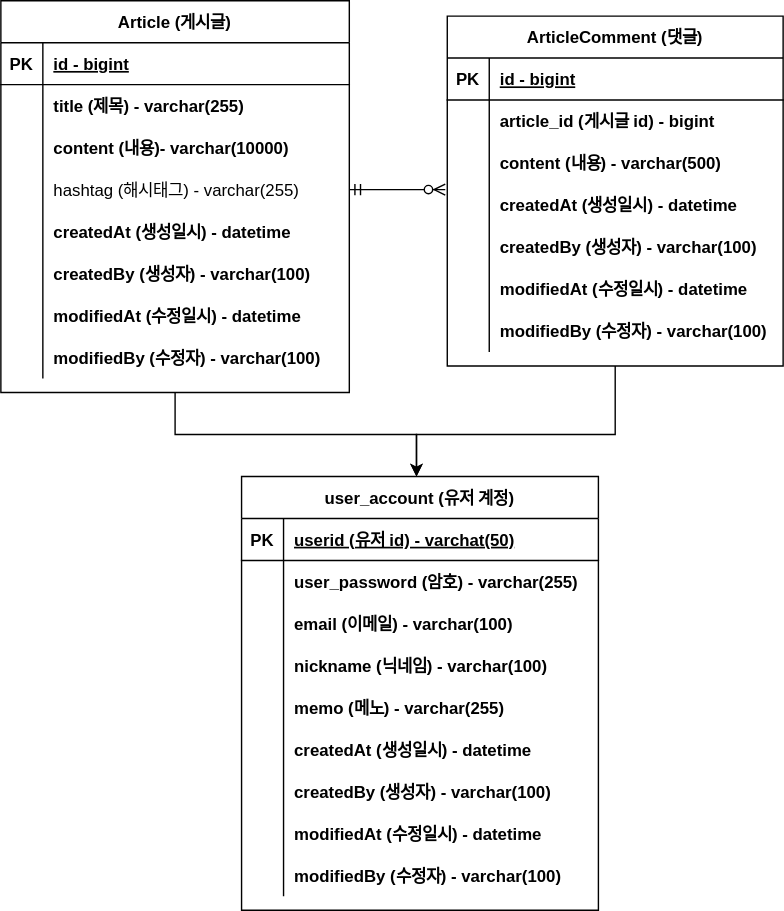
Before: document/project-board-erd.svg, a diagram exported from draw.io (nayoung240/proj-board). Source tidied: cells renumbered, new cells last; positions are measured from the earlier drawing's top-left corner, leaving out a move shared by most shapes.
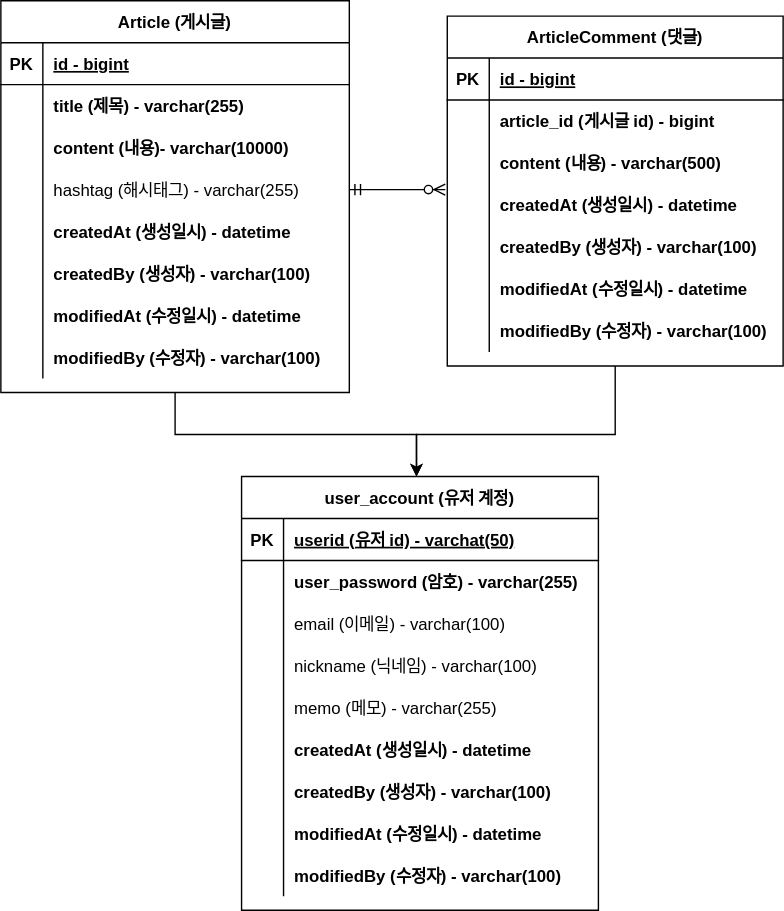
The same file after the commit.

Change to the diagram source:
```diff
@@ -187,7 +187,7 @@
     <mxCell id="60" style="shape=partialRectangle;overflow=hidden;fillColor=none;top=0;left=0;bottom=0;right=0;" parent="59" vertex="1">
       <mxGeometry width="30" height="30" as="geometry" />
     </mxCell>
-    <mxCell id="61" value="email (이메일) - varchar(100)" style="shape=partialRectangle;overflow=hidden;fillColor=none;top=0;left=0;bottom=0;right=0;align=left;spacingLeft=6;fontStyle=1;" parent="59" vertex="1">
+    <mxCell id="61" value="email (이메일) - varchar(100)" style="shape=partialRectangle;overflow=hidden;fillColor=none;top=0;left=0;bottom=0;right=0;align=left;spacingLeft=6;fontStyle=0;" parent="59" vertex="1">
       <mxGeometry x="30" width="225" height="30" as="geometry" />
     </mxCell>
     <mxCell id="62" style="shape=partialRectangle;fillColor=none;top=0;left=0;right=0;bottom=0;" parent="52" vertex="1">
@@ -196,7 +196,7 @@
     <mxCell id="63" style="shape=partialRectangle;overflow=hidden;fillColor=none;top=0;left=0;bottom=0;right=0;" parent="62" vertex="1">
       <mxGeometry width="30" height="30" as="geometry" />
     </mxCell>
-    <mxCell id="64" value="nickname (닉네임) - varchar(100)" style="shape=partialRectangle;overflow=hidden;fillColor=none;top=0;left=0;bottom=0;right=0;align=left;spacingLeft=6;fontStyle=1;" parent="62" vertex="1">
+    <mxCell id="64" value="nickname (닉네임) - varchar(100)" style="shape=partialRectangle;overflow=hidden;fillColor=none;top=0;left=0;bottom=0;right=0;align=left;spacingLeft=6;fontStyle=0;" parent="62" vertex="1">
       <mxGeometry x="30" width="225" height="30" as="geometry" />
     </mxCell>
     <mxCell id="65" style="shape=partialRectangle;fillColor=none;top=0;left=0;right=0;bottom=0;" parent="52" vertex="1">
@@ -205,7 +205,7 @@
     <mxCell id="66" style="shape=partialRectangle;overflow=hidden;fillColor=none;top=0;left=0;bottom=0;right=0;" parent="65" vertex="1">
       <mxGeometry width="30" height="30" as="geometry" />
     </mxCell>
-    <mxCell id="67" value="memo (메노) - varchar(255)" style="shape=partialRectangle;overflow=hidden;fillColor=none;top=0;left=0;bottom=0;right=0;align=left;spacingLeft=6;fontStyle=1;" parent="65" vertex="1">
+    <mxCell id="67" value="memo (메모) - varchar(255)" style="shape=partialRectangle;overflow=hidden;fillColor=none;top=0;left=0;bottom=0;right=0;align=left;spacingLeft=6;fontStyle=0;" parent="65" vertex="1">
       <mxGeometry x="30" width="225" height="30" as="geometry" />
     </mxCell>
     <mxCell id="68" style="shape=partialRectangle;fillColor=none;top=0;left=0;right=0;bottom=0;" parent="52" vertex="1">
```
